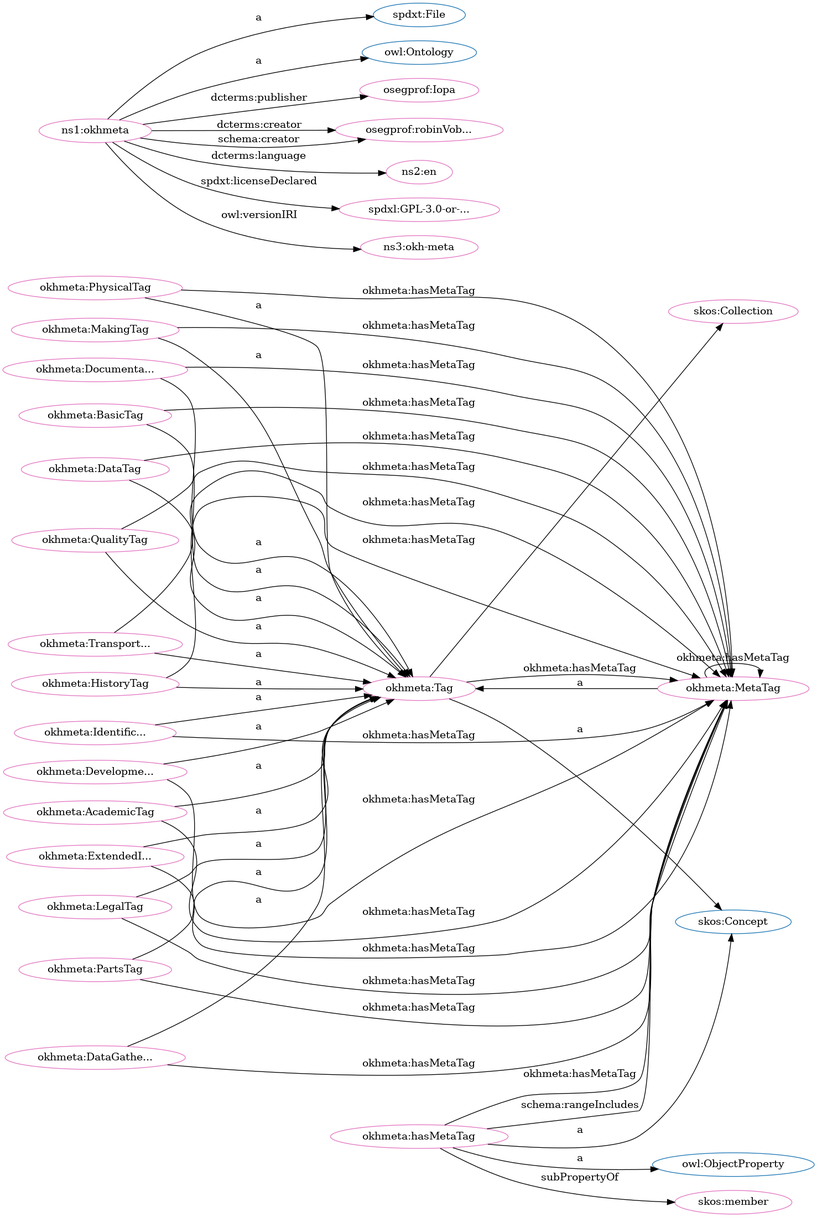
The Graphviz diagram src/spec/dot_okh-meta.png in iop-alliance/OpenKnowHow, before a commit. Its source is kept beside it as src/spec/dot_okh-meta.dot.
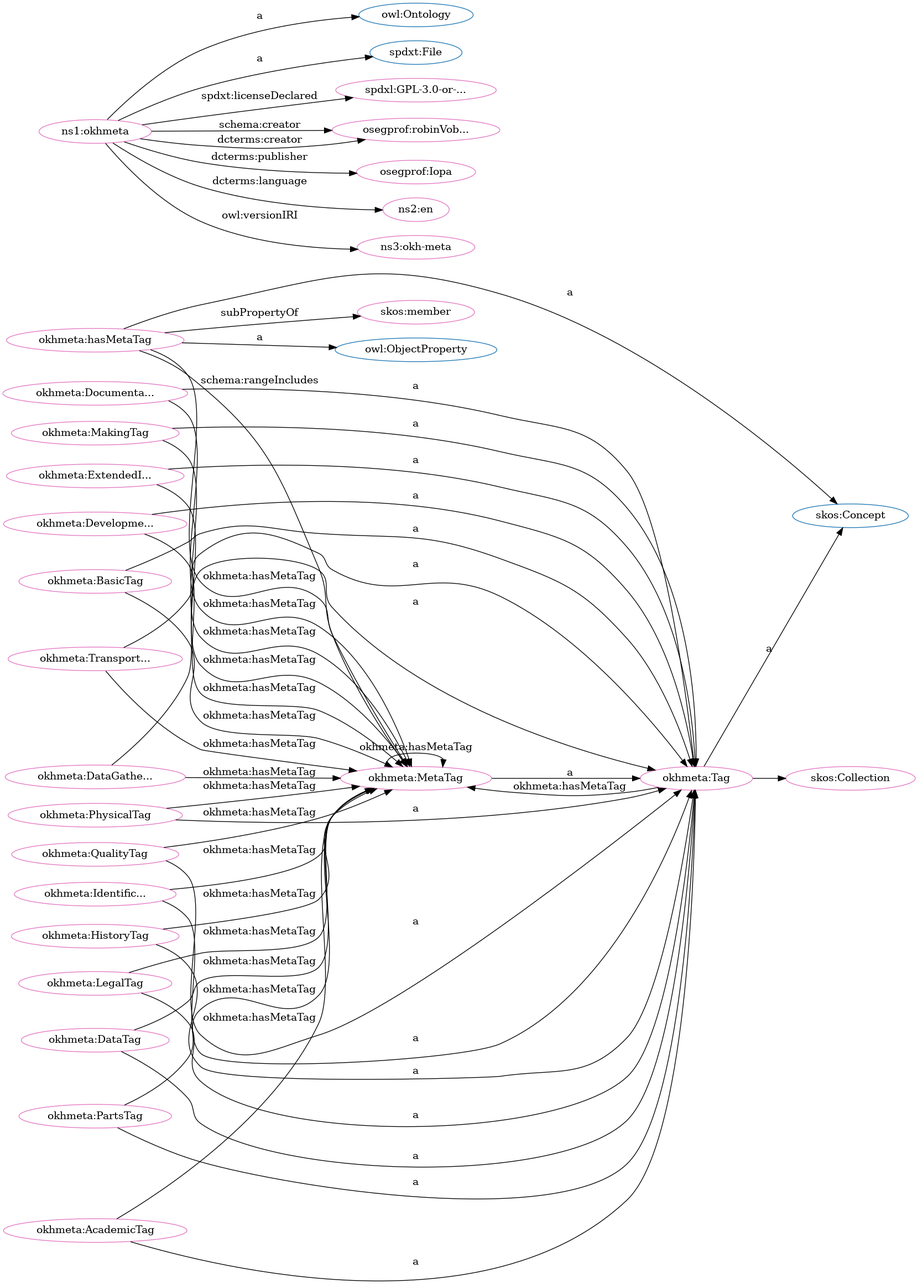
Above is the later version.

Change to the diagram source:
```diff
@@ -1,85 +1,85 @@
 digraph G {
   rankdir=BT
   node[height=.3]
+"http://www.w3.org/2002/07/owl#ObjectProperty" [fillcolor="#1f77b4" color="#1f77b4" label="owl:ObjectProperty"]
+"http://www.w3.org/2002/07/owl#Ontology" [fillcolor="#1f77b4" color="#1f77b4" label="owl:Ontology"]
+"http://spdx.org/rdf/terms#File" [fillcolor="#1f77b4" color="#1f77b4" label="spdxt:File"]
+"http://www.w3.org/2004/02/skos/core#Concept" [fillcolor="#1f77b4" color="#1f77b4" label="skos:Concept"]
+"https://w3id.org/oseg/ont/okhmeta#MetaTag" [fillcolor="#1f77b4" color="#1f77b4" label="okhmeta:MetaTag"]
 "http://www.w3.org/2004/02/skos/core#Collection" [fillcolor="#1f77b4" color="#1f77b4" label="skos:Collection"]
-"http://spdx.org/rdf/terms#File" [fillcolor="#1f77b4" color="#1f77b4" label="spdxt:File"]
-"https://w3id.org/oseg/ont/okhmeta#MetaTag" [fillcolor="#1f77b4" color="#1f77b4" label="okhmeta:MetaTag"]
-"http://www.w3.org/2002/07/owl#ObjectProperty" [fillcolor="#1f77b4" color="#1f77b4" label="owl:ObjectProperty"]
-"http://www.w3.org/2004/02/skos/core#Concept" [fillcolor="#1f77b4" color="#1f77b4" label="skos:Concept"]
-"http://www.w3.org/2002/07/owl#Ontology" [fillcolor="#1f77b4" color="#1f77b4" label="owl:Ontology"]
 "https://w3id.org/oseg/ont/okhmeta#Tag" [fillcolor="#1f77b4" color="#1f77b4" label="okhmeta:Tag"]
 "https://w3id.org/oseg/ont/okhmeta#MetaTag" [fillcolor="#e377c2" color="#e377c2" label="okhmeta:MetaTag"]
-"https://w3id.org/oseg/ont/okhmeta#LegalTag" [fillcolor="#e377c2" color="#e377c2" label="okhmeta:LegalTag"]
+"https://w3id.org/oseg/ont/okhmeta#PhysicalTag" [fillcolor="#e377c2" color="#e377c2" label="okhmeta:PhysicalTag"]
+"https://w3id.org/oseg/ont/okhmeta#AcademicTag" [fillcolor="#e377c2" color="#e377c2" label="okhmeta:AcademicTag"]
+"https://spdx.org/licenses/GPL-3.0-or-later" [fillcolor="#e377c2" color="#e377c2" label="spdxl:GPL-3.0-or-..."]
+"https://w3id.org/oseg/ont/oseg-profiles#robinVobruba" [fillcolor="#e377c2" color="#e377c2" label="osegprof:robinVob..."]
+"https://w3id.org/oseg/ont/okhmeta#BasicTag" [fillcolor="#e377c2" color="#e377c2" label="okhmeta:BasicTag"]
+"https://w3id.org/oseg/ont/okhmeta#hasMetaTag" [fillcolor="#e377c2" color="#e377c2" label="okhmeta:hasMetaTag"]
 "https://w3id.org/oseg/ont/oseg-profiles#Iopa" [fillcolor="#e377c2" color="#e377c2" label="osegprof:Iopa"]
-"http://www.w3.org/2004/02/skos/core#Collection" [fillcolor="#e377c2" color="#e377c2" label="skos:Collection"]
-"https://w3id.org/oseg/ont/okhmeta#PartsTag" [fillcolor="#e377c2" color="#e377c2" label="okhmeta:PartsTag"]
-"https://w3id.org/oseg/ont/okhmeta#DataGatheringTag" [fillcolor="#e377c2" color="#e377c2" label="okhmeta:DataGathe..."]
+"https://w3id.org/oseg/ont/okhmeta" [fillcolor="#e377c2" color="#e377c2" label="ns1:okhmeta"]
+"http://www.w3.org/2004/02/skos/core#member" [fillcolor="#e377c2" color="#e377c2" label="skos:member"]
 "https://w3id.org/oseg/ont/okhmeta#HistoryTag" [fillcolor="#e377c2" color="#e377c2" label="okhmeta:HistoryTag"]
 "https://w3id.org/oseg/ont/okhmeta#MakingTag" [fillcolor="#e377c2" color="#e377c2" label="okhmeta:MakingTag"]
+"https://w3id.org/oseg/ont/okhmeta#DevelopmentTag" [fillcolor="#e377c2" color="#e377c2" label="okhmeta:Developme..."]
+"https://w3id.org/oseg/ont/okhmeta#DataGatheringTag" [fillcolor="#e377c2" color="#e377c2" label="okhmeta:DataGathe..."]
+"http://id.loc.gov/vocabulary/iso639-1/en" [fillcolor="#e377c2" color="#e377c2" label="ns2:en"]
 "https://w3id.org/oseg/ont/okhmeta#ExtendedInfoTag" [fillcolor="#e377c2" color="#e377c2" label="okhmeta:ExtendedI..."]
+"https://w3id.org/oseg/ont/okhmeta#Tag" [fillcolor="#e377c2" color="#e377c2" label="okhmeta:Tag"]
+"https://w3id.org/oseg/ont/okhmeta#PartsTag" [fillcolor="#e377c2" color="#e377c2" label="okhmeta:PartsTag"]
+"https://w3id.org/oseg/ont/okhmeta#QualityTag" [fillcolor="#e377c2" color="#e377c2" label="okhmeta:QualityTag"]
+"https://w3id.org/oseg/ont/okhmeta#DocumentationTag" [fillcolor="#e377c2" color="#e377c2" label="okhmeta:Documenta..."]
 "https://w3id.org/oseg/ont/okhmeta#IdentificationTag" [fillcolor="#e377c2" color="#e377c2" label="okhmeta:Identific..."]
-"https://w3id.org/oseg/ont/okhmeta#DocumentationTag" [fillcolor="#e377c2" color="#e377c2" label="okhmeta:Documenta..."]
-"https://w3id.org/oseg/ont/oseg-profiles#robinVobruba" [fillcolor="#e377c2" color="#e377c2" label="osegprof:robinVob..."]
-"https://w3id.org/oseg/ont/okhmeta#hasMetaTag" [fillcolor="#e377c2" color="#e377c2" label="okhmeta:hasMetaTag"]
-"https://w3id.org/oseg/ont/okhmeta#PhysicalTag" [fillcolor="#e377c2" color="#e377c2" label="okhmeta:PhysicalTag"]
+"https://w3id.org/oseg/ont/1.1.0/okh-meta" [fillcolor="#e377c2" color="#e377c2" label="ns3:okh-meta"]
+"http://www.w3.org/2004/02/skos/core#Collection" [fillcolor="#e377c2" color="#e377c2" label="skos:Collection"]
+"https://w3id.org/oseg/ont/okhmeta#LegalTag" [fillcolor="#e377c2" color="#e377c2" label="okhmeta:LegalTag"]
+"https://w3id.org/oseg/ont/okhmeta#DataTag" [fillcolor="#e377c2" color="#e377c2" label="okhmeta:DataTag"]
 "https://w3id.org/oseg/ont/okhmeta#TransportationTag" [fillcolor="#e377c2" color="#e377c2" label="okhmeta:Transport..."]
-"https://w3id.org/oseg/ont/okhmeta" [fillcolor="#e377c2" color="#e377c2" label="ns1:okhmeta"]
-"http://id.loc.gov/vocabulary/iso639-1/en" [fillcolor="#e377c2" color="#e377c2" label="ns2:en"]
-"https://spdx.org/licenses/GPL-3.0-or-later" [fillcolor="#e377c2" color="#e377c2" label="spdxl:GPL-3.0-or-..."]
-"https://w3id.org/oseg/ont/okhmeta#Tag" [fillcolor="#e377c2" color="#e377c2" label="okhmeta:Tag"]
-"https://w3id.org/oseg/ont/okhmeta#DataTag" [fillcolor="#e377c2" color="#e377c2" label="okhmeta:DataTag"]
-"https://w3id.org/oseg/ont/okhmeta#BasicTag" [fillcolor="#e377c2" color="#e377c2" label="okhmeta:BasicTag"]
-"https://w3id.org/oseg/ont/okhmeta#QualityTag" [fillcolor="#e377c2" color="#e377c2" label="okhmeta:QualityTag"]
-"https://w3id.org/oseg/ont/okhmeta#AcademicTag" [fillcolor="#e377c2" color="#e377c2" label="okhmeta:AcademicTag"]
-"http://www.w3.org/2004/02/skos/core#member" [fillcolor="#e377c2" color="#e377c2" label="skos:member"]
-"https://w3id.org/oseg/ont/okhmeta#DevelopmentTag" [fillcolor="#e377c2" color="#e377c2" label="okhmeta:Developme..."]
-"https://w3id.org/oseg/ont/1.1.0/okh-meta" [fillcolor="#e377c2" color="#e377c2" label="ns3:okh-meta"]
+  "https://w3id.org/oseg/ont/okhmeta#DevelopmentTag" -> "https://w3id.org/oseg/ont/okhmeta#MetaTag" [label="okhmeta:hasMetaTag"]
+  "https://w3id.org/oseg/ont/okhmeta#TransportationTag" -> "https://w3id.org/oseg/ont/okhmeta#MetaTag" [label="okhmeta:hasMetaTag"]
+  "https://w3id.org/oseg/ont/okhmeta#AcademicTag" -> "https://w3id.org/oseg/ont/okhmeta#MetaTag" [label="okhmeta:hasMetaTag"]
+  "https://w3id.org/oseg/ont/okhmeta" -> "https://spdx.org/licenses/GPL-3.0-or-later" [label="spdxt:licenseDeclared"]
+  "https://w3id.org/oseg/ont/okhmeta" -> "https://w3id.org/oseg/ont/oseg-profiles#robinVobruba" [label="schema:creator"]
+  "https://w3id.org/oseg/ont/okhmeta#BasicTag" -> "https://w3id.org/oseg/ont/okhmeta#Tag" [label="a"]
+  "https://w3id.org/oseg/ont/okhmeta" -> "http://www.w3.org/2002/07/owl#Ontology" [label="a"]
+  "https://w3id.org/oseg/ont/okhmeta#hasMetaTag" -> "http://www.w3.org/2004/02/skos/core#member" [label="subPropertyOf"]
+  "https://w3id.org/oseg/ont/okhmeta#hasMetaTag" -> "https://w3id.org/oseg/ont/okhmeta#MetaTag" [label="schema:rangeIncludes"]
+  "https://w3id.org/oseg/ont/okhmeta" -> "http://spdx.org/rdf/terms#File" [label="a"]
+  "https://w3id.org/oseg/ont/okhmeta" -> "https://w3id.org/oseg/ont/oseg-profiles#robinVobruba" [label="dcterms:creator"]
+  "https://w3id.org/oseg/ont/okhmeta#HistoryTag" -> "https://w3id.org/oseg/ont/okhmeta#MetaTag" [label="okhmeta:hasMetaTag"]
+  "https://w3id.org/oseg/ont/okhmeta#MakingTag" -> "https://w3id.org/oseg/ont/okhmeta#Tag" [label="a"]
+  "https://w3id.org/oseg/ont/okhmeta#DevelopmentTag" -> "https://w3id.org/oseg/ont/okhmeta#Tag" [label="a"]
+  "https://w3id.org/oseg/ont/okhmeta#DataGatheringTag" -> "https://w3id.org/oseg/ont/okhmeta#MetaTag" [label="okhmeta:hasMetaTag"]
+  "https://w3id.org/oseg/ont/okhmeta#MakingTag" -> "https://w3id.org/oseg/ont/okhmeta#MetaTag" [label="okhmeta:hasMetaTag"]
+  "https://w3id.org/oseg/ont/okhmeta#ExtendedInfoTag" -> "https://w3id.org/oseg/ont/okhmeta#Tag" [label="a"]
+  "https://w3id.org/oseg/ont/okhmeta#hasMetaTag" -> "https://w3id.org/oseg/ont/okhmeta#MetaTag" [label="okhmeta:hasMetaTag"]
+  "https://w3id.org/oseg/ont/okhmeta#MetaTag" -> "https://w3id.org/oseg/ont/okhmeta#MetaTag" [label="okhmeta:hasMetaTag"]
   "https://w3id.org/oseg/ont/okhmeta#DocumentationTag" -> "https://w3id.org/oseg/ont/okhmeta#MetaTag" [label="okhmeta:hasMetaTag"]
+  "https://w3id.org/oseg/ont/okhmeta#IdentificationTag" -> "https://w3id.org/oseg/ont/okhmeta#Tag" [label="a"]
+  "https://w3id.org/oseg/ont/okhmeta" -> "https://w3id.org/oseg/ont/1.1.0/okh-meta" [label="owl:versionIRI"]
+  "https://w3id.org/oseg/ont/okhmeta#LegalTag" -> "https://w3id.org/oseg/ont/okhmeta#MetaTag" [label="okhmeta:hasMetaTag"]
+  "https://w3id.org/oseg/ont/okhmeta#Tag" -> "http://www.w3.org/2004/02/skos/core#Collection" [label=""]
+  "https://w3id.org/oseg/ont/okhmeta#DataTag" -> "https://w3id.org/oseg/ont/okhmeta#Tag" [label="a"]
+  "https://w3id.org/oseg/ont/okhmeta#DataTag" -> "https://w3id.org/oseg/ont/okhmeta#MetaTag" [label="okhmeta:hasMetaTag"]
+  "https://w3id.org/oseg/ont/okhmeta#PhysicalTag" -> "https://w3id.org/oseg/ont/okhmeta#Tag" [label="a"]
+  "https://w3id.org/oseg/ont/okhmeta#PhysicalTag" -> "https://w3id.org/oseg/ont/okhmeta#MetaTag" [label="okhmeta:hasMetaTag"]
+  "https://w3id.org/oseg/ont/okhmeta#AcademicTag" -> "https://w3id.org/oseg/ont/okhmeta#Tag" [label="a"]
+  "https://w3id.org/oseg/ont/okhmeta#QualityTag" -> "https://w3id.org/oseg/ont/okhmeta#MetaTag" [label="okhmeta:hasMetaTag"]
+  "https://w3id.org/oseg/ont/okhmeta#hasMetaTag" -> "http://www.w3.org/2002/07/owl#ObjectProperty" [label="a"]
+  "https://w3id.org/oseg/ont/okhmeta#PartsTag" -> "https://w3id.org/oseg/ont/okhmeta#MetaTag" [label="okhmeta:hasMetaTag"]
   "https://w3id.org/oseg/ont/okhmeta" -> "https://w3id.org/oseg/ont/oseg-profiles#Iopa" [label="dcterms:publisher"]
-  "https://w3id.org/oseg/ont/okhmeta#Tag" -> "http://www.w3.org/2004/02/skos/core#Collection" [label=""]
-  "https://w3id.org/oseg/ont/okhmeta#MetaTag" -> "https://w3id.org/oseg/ont/okhmeta#MetaTag" [label="okhmeta:hasMetaTag"]
-  "https://w3id.org/oseg/ont/okhmeta#PhysicalTag" -> "https://w3id.org/oseg/ont/okhmeta#MetaTag" [label="okhmeta:hasMetaTag"]
-  "https://w3id.org/oseg/ont/okhmeta#PartsTag" -> "https://w3id.org/oseg/ont/okhmeta#Tag" [label="a"]
+  "https://w3id.org/oseg/ont/okhmeta#HistoryTag" -> "https://w3id.org/oseg/ont/okhmeta#Tag" [label="a"]
+  "https://w3id.org/oseg/ont/okhmeta#ExtendedInfoTag" -> "https://w3id.org/oseg/ont/okhmeta#MetaTag" [label="okhmeta:hasMetaTag"]
   "https://w3id.org/oseg/ont/okhmeta#DataGatheringTag" -> "https://w3id.org/oseg/ont/okhmeta#Tag" [label="a"]
-  "https://w3id.org/oseg/ont/okhmeta#HistoryTag" -> "https://w3id.org/oseg/ont/okhmeta#Tag" [label="a"]
-  "https://w3id.org/oseg/ont/okhmeta#MakingTag" -> "https://w3id.org/oseg/ont/okhmeta#Tag" [label="a"]
-  "https://w3id.org/oseg/ont/okhmeta#DevelopmentTag" -> "https://w3id.org/oseg/ont/okhmeta#MetaTag" [label="okhmeta:hasMetaTag"]
-  "https://w3id.org/oseg/ont/okhmeta#IdentificationTag" -> "https://w3id.org/oseg/ont/okhmeta#Tag" [label="a"]
-  "https://w3id.org/oseg/ont/okhmeta#hasMetaTag" -> "http://www.w3.org/2002/07/owl#ObjectProperty" [label="a"]
-  "https://w3id.org/oseg/ont/okhmeta#HistoryTag" -> "https://w3id.org/oseg/ont/okhmeta#MetaTag" [label="okhmeta:hasMetaTag"]
-  "https://w3id.org/oseg/ont/okhmeta" -> "http://www.w3.org/2002/07/owl#Ontology" [label="a"]
-  "https://w3id.org/oseg/ont/okhmeta#BasicTag" -> "https://w3id.org/oseg/ont/okhmeta#MetaTag" [label="okhmeta:hasMetaTag"]
-  "https://w3id.org/oseg/ont/okhmeta" -> "https://spdx.org/licenses/GPL-3.0-or-later" [label="spdxt:licenseDeclared"]
-  "https://w3id.org/oseg/ont/okhmeta#QualityTag" -> "https://w3id.org/oseg/ont/okhmeta#MetaTag" [label="okhmeta:hasMetaTag"]
-  "https://w3id.org/oseg/ont/okhmeta#DataTag" -> "https://w3id.org/oseg/ont/okhmeta#Tag" [label="a"]
-  "https://w3id.org/oseg/ont/okhmeta#AcademicTag" -> "https://w3id.org/oseg/ont/okhmeta#MetaTag" [label="okhmeta:hasMetaTag"]
-  "https://w3id.org/oseg/ont/okhmeta#BasicTag" -> "https://w3id.org/oseg/ont/okhmeta#Tag" [label="a"]
-  "https://w3id.org/oseg/ont/okhmeta#MetaTag" -> "https://w3id.org/oseg/ont/okhmeta#Tag" [label="a"]
-  "https://w3id.org/oseg/ont/okhmeta#QualityTag" -> "https://w3id.org/oseg/ont/okhmeta#Tag" [label="a"]
-  "https://w3id.org/oseg/ont/okhmeta#ExtendedInfoTag" -> "https://w3id.org/oseg/ont/okhmeta#MetaTag" [label="okhmeta:hasMetaTag"]
-  "https://w3id.org/oseg/ont/okhmeta#AcademicTag" -> "https://w3id.org/oseg/ont/okhmeta#Tag" [label="a"]
-  "https://w3id.org/oseg/ont/okhmeta#hasMetaTag" -> "http://www.w3.org/2004/02/skos/core#member" [label="subPropertyOf"]
-  "https://w3id.org/oseg/ont/okhmeta#Tag" -> "https://w3id.org/oseg/ont/okhmeta#MetaTag" [label="okhmeta:hasMetaTag"]
-  "https://w3id.org/oseg/ont/okhmeta" -> "https://w3id.org/oseg/ont/oseg-profiles#robinVobruba" [label="dcterms:creator"]
-  "https://w3id.org/oseg/ont/okhmeta" -> "https://w3id.org/oseg/ont/1.1.0/okh-meta" [label="owl:versionIRI"]
-  "https://w3id.org/oseg/ont/okhmeta#hasMetaTag" -> "https://w3id.org/oseg/ont/okhmeta#MetaTag" [label="okhmeta:hasMetaTag"]
-  "https://w3id.org/oseg/ont/okhmeta#LegalTag" -> "https://w3id.org/oseg/ont/okhmeta#Tag" [label="a"]
-  "https://w3id.org/oseg/ont/okhmeta#DataTag" -> "https://w3id.org/oseg/ont/okhmeta#MetaTag" [label="okhmeta:hasMetaTag"]
-  "https://w3id.org/oseg/ont/okhmeta#hasMetaTag" -> "https://w3id.org/oseg/ont/okhmeta#MetaTag" [label="schema:rangeIncludes"]
-  "https://w3id.org/oseg/ont/okhmeta#ExtendedInfoTag" -> "https://w3id.org/oseg/ont/okhmeta#Tag" [label="a"]
-  "https://w3id.org/oseg/ont/okhmeta#DocumentationTag" -> "https://w3id.org/oseg/ont/okhmeta#Tag" [label="a"]
-  "https://w3id.org/oseg/ont/okhmeta#TransportationTag" -> "https://w3id.org/oseg/ont/okhmeta#MetaTag" [label="okhmeta:hasMetaTag"]
-  "https://w3id.org/oseg/ont/okhmeta#LegalTag" -> "https://w3id.org/oseg/ont/okhmeta#MetaTag" [label="okhmeta:hasMetaTag"]
-  "https://w3id.org/oseg/ont/okhmeta" -> "https://w3id.org/oseg/ont/oseg-profiles#robinVobruba" [label="schema:creator"]
-  "https://w3id.org/oseg/ont/okhmeta#PhysicalTag" -> "https://w3id.org/oseg/ont/okhmeta#Tag" [label="a"]
-  "https://w3id.org/oseg/ont/okhmeta#TransportationTag" -> "https://w3id.org/oseg/ont/okhmeta#Tag" [label="a"]
-  "https://w3id.org/oseg/ont/okhmeta#PartsTag" -> "https://w3id.org/oseg/ont/okhmeta#MetaTag" [label="okhmeta:hasMetaTag"]
   "https://w3id.org/oseg/ont/okhmeta" -> "http://id.loc.gov/vocabulary/iso639-1/en" [label="dcterms:language"]
   "https://w3id.org/oseg/ont/okhmeta#Tag" -> "http://www.w3.org/2004/02/skos/core#Concept" [label="a"]
+  "https://w3id.org/oseg/ont/okhmeta#PartsTag" -> "https://w3id.org/oseg/ont/okhmeta#Tag" [label="a"]
+  "https://w3id.org/oseg/ont/okhmeta#BasicTag" -> "https://w3id.org/oseg/ont/okhmeta#MetaTag" [label="okhmeta:hasMetaTag"]
+  "https://w3id.org/oseg/ont/okhmeta#QualityTag" -> "https://w3id.org/oseg/ont/okhmeta#Tag" [label="a"]
+  "https://w3id.org/oseg/ont/okhmeta#DocumentationTag" -> "https://w3id.org/oseg/ont/okhmeta#Tag" [label="a"]
+  "https://w3id.org/oseg/ont/okhmeta#IdentificationTag" -> "https://w3id.org/oseg/ont/okhmeta#MetaTag" [label="okhmeta:hasMetaTag"]
+  "https://w3id.org/oseg/ont/okhmeta#MetaTag" -> "https://w3id.org/oseg/ont/okhmeta#Tag" [label="a"]
   "https://w3id.org/oseg/ont/okhmeta#hasMetaTag" -> "http://www.w3.org/2004/02/skos/core#Concept" [label="a"]
-  "https://w3id.org/oseg/ont/okhmeta" -> "http://spdx.org/rdf/terms#File" [label="a"]
-  "https://w3id.org/oseg/ont/okhmeta#DataGatheringTag" -> "https://w3id.org/oseg/ont/okhmeta#MetaTag" [label="okhmeta:hasMetaTag"]
-  "https://w3id.org/oseg/ont/okhmeta#MakingTag" -> "https://w3id.org/oseg/ont/okhmeta#MetaTag" [label="okhmeta:hasMetaTag"]
-  "https://w3id.org/oseg/ont/okhmeta#IdentificationTag" -> "https://w3id.org/oseg/ont/okhmeta#MetaTag" [label="okhmeta:hasMetaTag"]
-  "https://w3id.org/oseg/ont/okhmeta#DevelopmentTag" -> "https://w3id.org/oseg/ont/okhmeta#Tag" [label="a"]
+  "https://w3id.org/oseg/ont/okhmeta#Tag" -> "https://w3id.org/oseg/ont/okhmeta#MetaTag" [label="okhmeta:hasMetaTag"]
+  "https://w3id.org/oseg/ont/okhmeta#LegalTag" -> "https://w3id.org/oseg/ont/okhmeta#Tag" [label="a"]
+  "https://w3id.org/oseg/ont/okhmeta#TransportationTag" -> "https://w3id.org/oseg/ont/okhmeta#Tag" [label="a"]
 }
```
